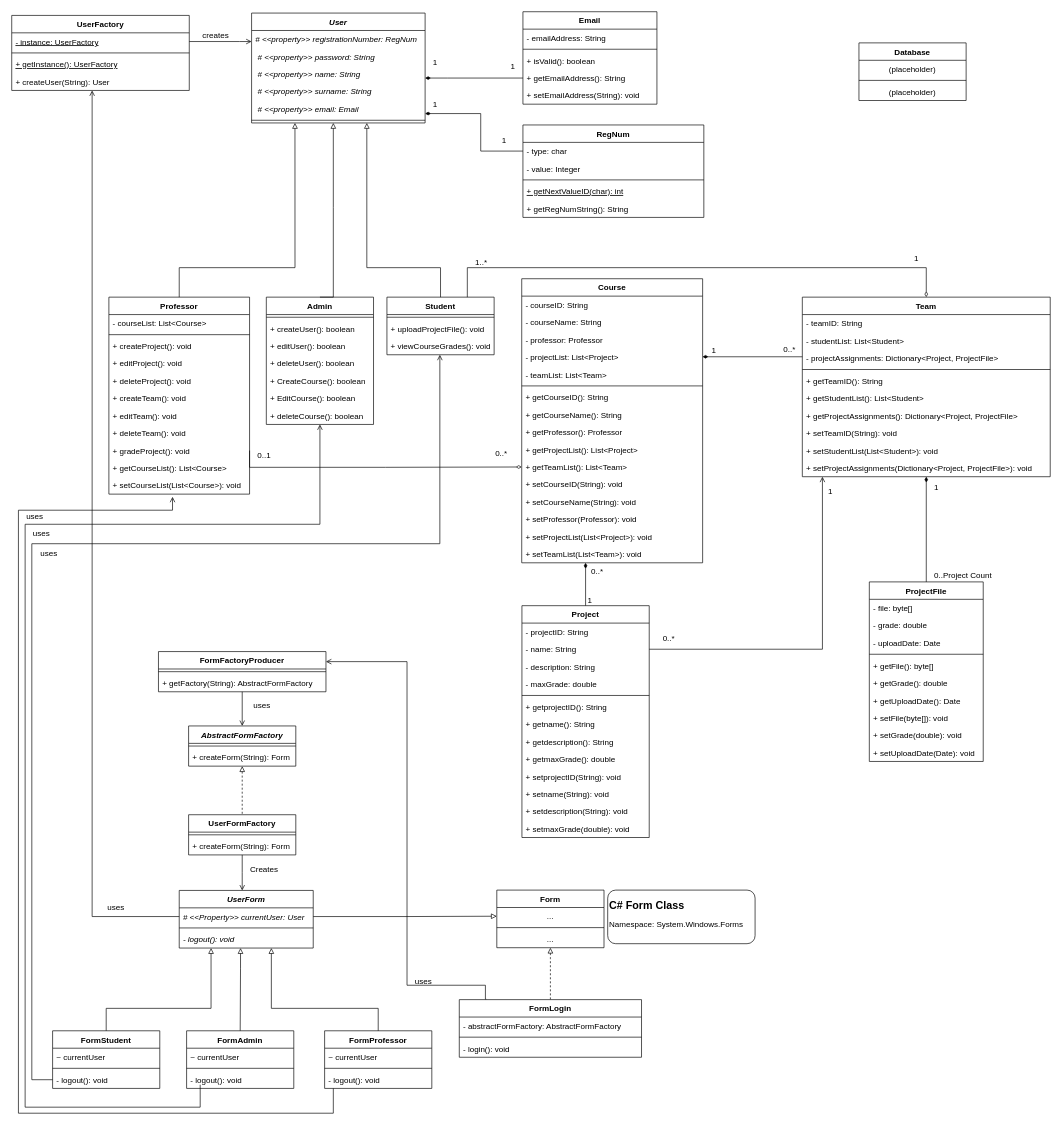
Before: ClassDiagrams/ClassDiagram_v2.drawio in Syrko/E-ClassApplication, a draw.io diagram. Source tidied: cells renumbered, new cells numbered last; positions are measured from the earlier drawing's top-left corner, leaving out a move shared by most shapes. Both pictures are drawn from the tidied source at 67%, with x=0, y=0 at pixel (11, 11).
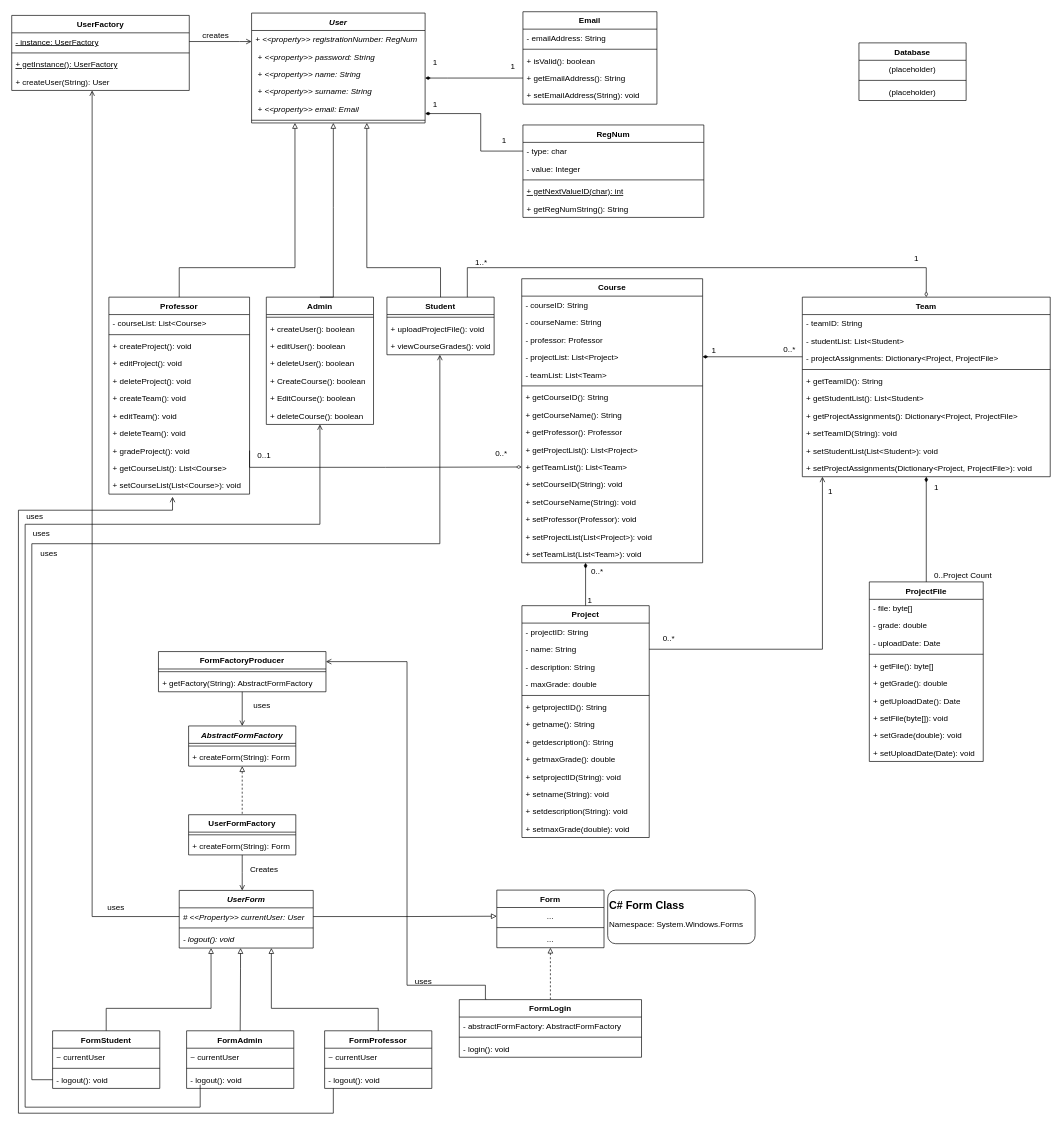
Above is the later version.

Commit message (it also covers changes not shown here):
Added Project Methods and Updated Class Diagram

Unchanged cells that the change refers to:
```xml
<mxCell id="183" value="User" style="swimlane;fontStyle=3;align=center;verticalAlign=top;horizontal=1;startSize=26;" parent="1" vertex="1">
  <mxGeometry x="358" y="2" width="259" height="164" as="geometry" />
</mxCell>
```

Change to the diagram source:
```diff
@@
-    <mxCell id="184" value="# &lt;&lt;property&gt;&gt; registrationNumber: RegNum" style="text;strokeColor=none;fillColor=none;align=left;verticalAlign=top;spacingLeft=4;spacingRight=4;overflow=hidden;fontStyle=2;" parent="183" vertex="1">
+    <mxCell id="184" value="+ &lt;&lt;property&gt;&gt; registrationNumber: RegNum" style="text;strokeColor=none;fillColor=none;align=left;verticalAlign=top;spacingLeft=4;spacingRight=4;overflow=hidden;fontStyle=2;" parent="183" vertex="1">
       <mxGeometry y="26" width="259" height="26" as="geometry" />
     </mxCell>
-    <mxCell id="185" value=" # &lt;&lt;property&gt;&gt; password: String" style="text;strokeColor=none;fillColor=none;align=left;verticalAlign=top;spacingLeft=4;spacingRight=4;overflow=hidden;fontStyle=2;" parent="183" vertex="1">
+    <mxCell id="185" value=" + &lt;&lt;property&gt;&gt; password: String" style="text;strokeColor=none;fillColor=none;align=left;verticalAlign=top;spacingLeft=4;spacingRight=4;overflow=hidden;fontStyle=2;" parent="183" vertex="1">
       <mxGeometry y="52" width="259" height="26" as="geometry" />
     </mxCell>
-    <mxCell id="186" value=" # &lt;&lt;property&gt;&gt; name: String" style="text;strokeColor=none;fillColor=none;align=left;verticalAlign=top;spacingLeft=4;spacingRight=4;overflow=hidden;fontStyle=2;" parent="183" vertex="1">
+    <mxCell id="186" value=" + &lt;&lt;property&gt;&gt; name: String" style="text;strokeColor=none;fillColor=none;align=left;verticalAlign=top;spacingLeft=4;spacingRight=4;overflow=hidden;fontStyle=2;" parent="183" vertex="1">
       <mxGeometry y="78" width="259" height="26" as="geometry" />
     </mxCell>
-    <mxCell id="187" value=" # &lt;&lt;property&gt;&gt; surname: String" style="text;strokeColor=none;fillColor=none;align=left;verticalAlign=top;spacingLeft=4;spacingRight=4;overflow=hidden;fontStyle=2;" parent="183" vertex="1">
+    <mxCell id="187" value=" + &lt;&lt;property&gt;&gt; surname: String" style="text;strokeColor=none;fillColor=none;align=left;verticalAlign=top;spacingLeft=4;spacingRight=4;overflow=hidden;fontStyle=2;" parent="183" vertex="1">
       <mxGeometry y="104" width="259" height="26" as="geometry" />
     </mxCell>
-    <mxCell id="188" value=" # &lt;&lt;property&gt;&gt; email: Email&#10;" style="text;strokeColor=none;fillColor=none;align=left;verticalAlign=top;spacingLeft=4;spacingRight=4;overflow=hidden;fontStyle=2;" parent="183" vertex="1">
+    <mxCell id="188" value=" + &lt;&lt;property&gt;&gt; email: Email&#10;" style="text;strokeColor=none;fillColor=none;align=left;verticalAlign=top;spacingLeft=4;spacingRight=4;overflow=hidden;fontStyle=2;" parent="183" vertex="1">
       <mxGeometry y="130" width="259" height="26" as="geometry" />
     </mxCell>
```
